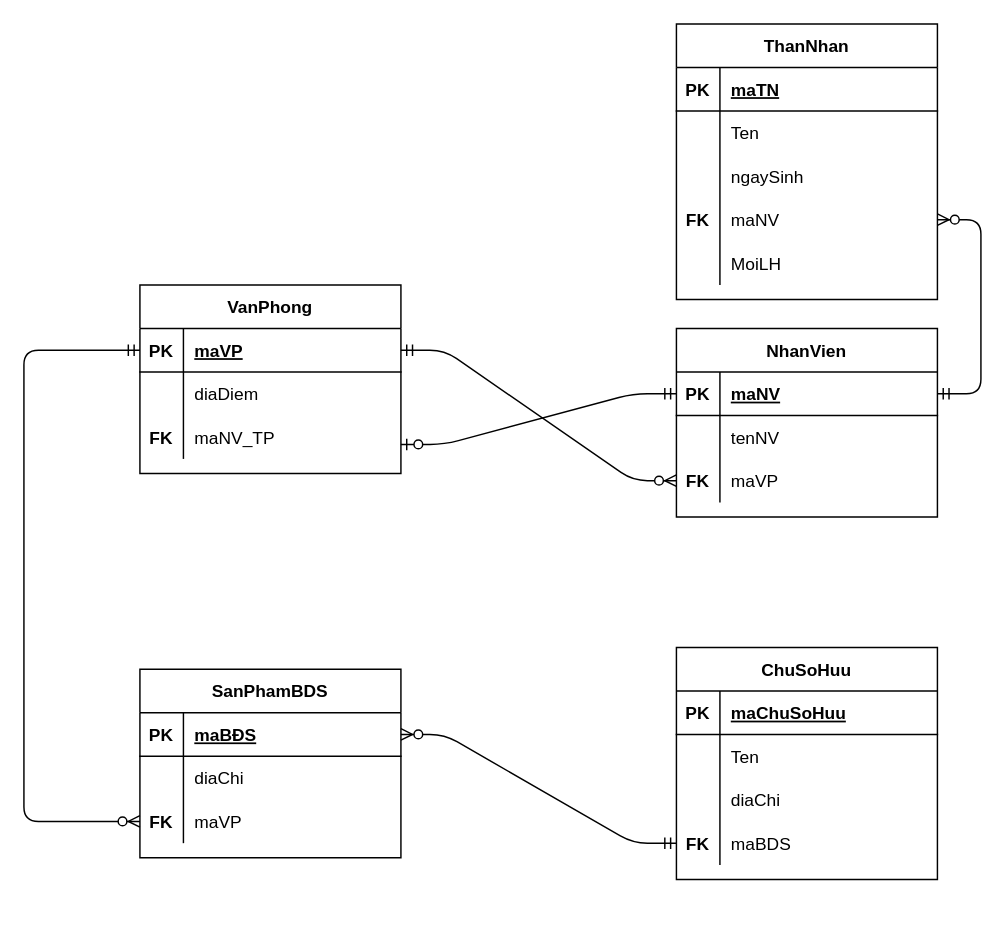
The draw.io diagram page "Page-2" (2 of 2) of Lab3.drawio in hieuhoang25/MyClock, before the edit. Source tidied: cells renumbered, new cells numbered last; positions are measured from the earlier drawing's top-left corner, leaving out a move shared by most shapes. Both pictures are drawn from the tidied source at 145%, with x=0, y=0 at pixel (23, 23).
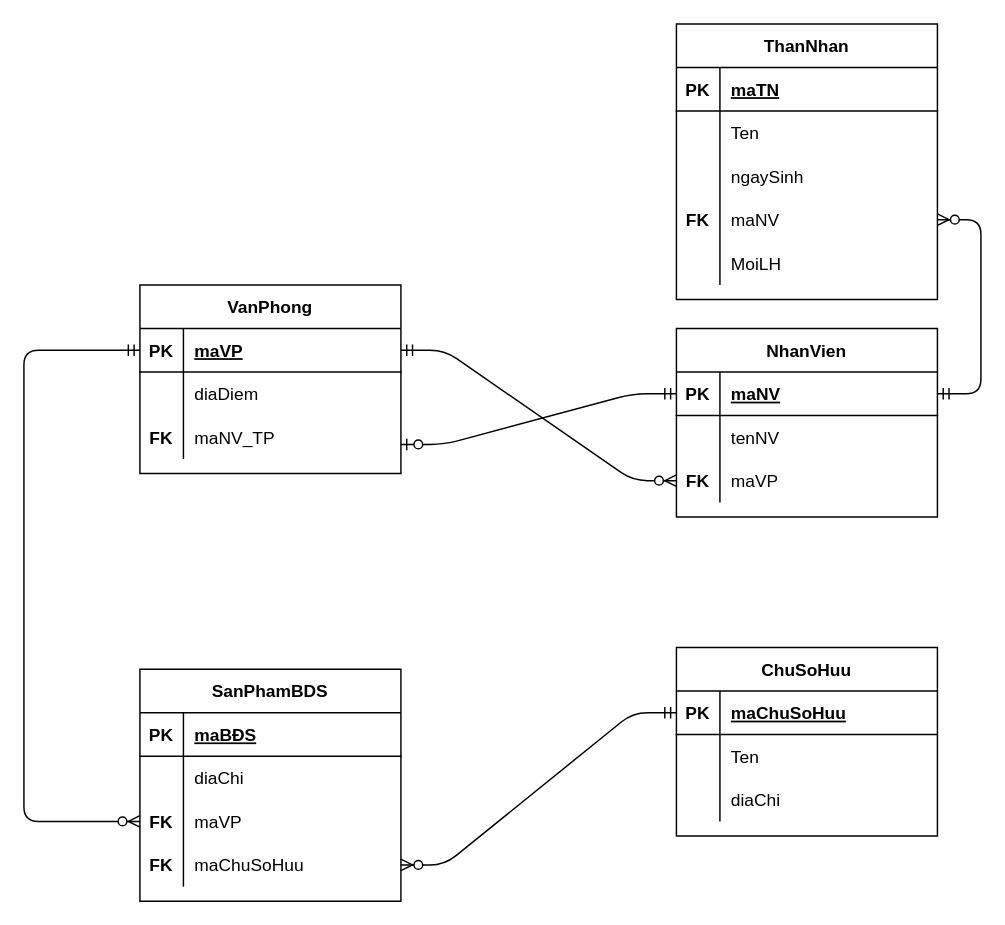
After the change.

Unchanged cells that the change refers to:
```xml
<mxCell id="23" style="shape=partialRectangle;fillColor=none;top=0;left=0;bottom=1;right=0;points=[[0,0.5],[1,0.5]];portConstraint=eastwest;" parent="22" vertex="1">
  <mxGeometry y="30" width="180" height="30" as="geometry" />
</mxCell>
<mxCell id="36" style="shape=partialRectangle;fillColor=none;top=0;left=0;bottom=1;right=0;points=[[0,0.5],[1,0.5]];portConstraint=eastwest;" parent="35" vertex="1">
  <mxGeometry y="30" width="180" height="30" as="geometry" />
</mxCell>
```

The edit, as a diff of the source:
```diff
@@
     <mxCell id="22" value="ChuSoHuu" style="shape=table;startSize=30;childLayout=tableLayout;rowLines=0;fontStyle=1;align=center;" parent="1" vertex="1">
-      <mxGeometry x="450" y="430" width="180" height="160" as="geometry" />
+      <mxGeometry x="450" y="430" width="180" height="130" as="geometry" />
     </mxCell>
@@
-    <mxCell id="32" style="shape=partialRectangle;fillColor=none;top=0;left=0;bottom=0;right=0;points=[[0,0.5],[1,0.5]];portConstraint=eastwest;" parent="22" vertex="1">
-      <mxGeometry y="120" width="180" height="30" as="geometry" />
-    </mxCell>
-    <mxCell id="33" value="FK" style="shape=partialRectangle;fillColor=none;top=0;left=0;bottom=0;right=0;overflow=hidden;fontStyle=1;" parent="32" vertex="1">
-      <mxGeometry width="30" height="30" as="geometry" />
-    </mxCell>
-    <mxCell id="34" value="maBDS" style="shape=partialRectangle;fillColor=none;top=0;left=0;bottom=0;right=0;align=left;spacingLeft=6;overflow=hidden;" parent="32" vertex="1">
-      <mxGeometry x="30" width="150" height="30" as="geometry" />
-    </mxCell>
     <mxCell id="35" value="SanPhamBDS" style="shape=table;startSize=30;childLayout=tableLayout;rowLines=0;fontStyle=1;align=center;" parent="1" vertex="1">
-      <mxGeometry x="80" y="445" width="180" height="130" as="geometry" />
+      <mxGeometry x="80" y="445" width="180" height="160" as="geometry" />
     </mxCell>
@@
+    <mxCell id="32" style="shape=partialRectangle;fillColor=none;top=0;left=0;bottom=0;right=0;points=[[0,0.5],[1,0.5]];portConstraint=eastwest;" parent="35" vertex="1">
+      <mxGeometry y="120" width="180" height="30" as="geometry" />
+    </mxCell>
+    <mxCell id="33" value="FK" style="shape=partialRectangle;fillColor=none;top=0;left=0;bottom=0;right=0;overflow=hidden;fontStyle=1;" parent="32" vertex="1">
+      <mxGeometry width="30" height="30" as="geometry" />
+    </mxCell>
+    <mxCell id="66" value="maChuSoHuu" style="shape=partialRectangle;fillColor=none;top=0;left=0;bottom=0;right=0;align=left;spacingLeft=6;overflow=hidden;" parent="32" vertex="1">
+      <mxGeometry x="30" width="150" height="30" as="geometry" />
+    </mxCell>
@@
-    <mxCell id="65" style="edgeStyle=entityRelationEdgeStyle;fontSize=12;html=1;endArrow=ERzeroToMany;startArrow=ERmandOne;exitX=0;exitY=0.5;exitDx=0;exitDy=0;entryX=1;entryY=0.5;entryDx=0;entryDy=0;" parent="1" edge="1" source="32" target="36">
+    <mxCell id="65" style="edgeStyle=entityRelationEdgeStyle;fontSize=12;html=1;endArrow=ERzeroToMany;startArrow=ERmandOne;exitX=0;exitY=0.5;exitDx=0;exitDy=0;" parent="1" edge="1" source="23" target="32">
       <mxGeometry relative="1" as="geometry" />
     </mxCell>
```
